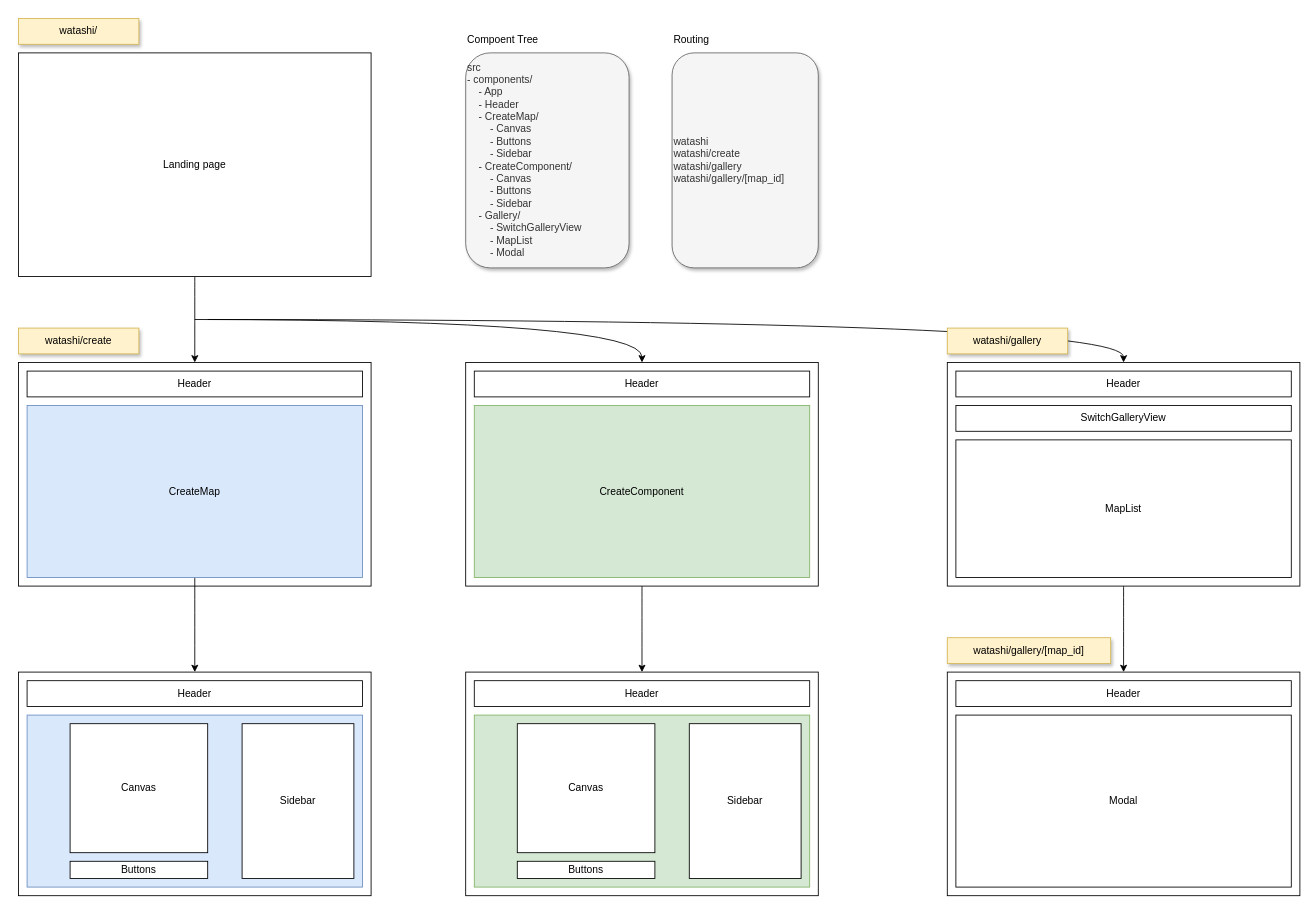
This is watashi.drawio from Recursion-Group-S/notes, a draw.io file, before an edit. Source tidied: cells renumbered, new cells numbered last; positions are measured from the earlier drawing's top-left corner, leaving out a move shared by most shapes. Both pictures are drawn from the tidied source at 86%, with x=0, y=0 at pixel (18, 18).
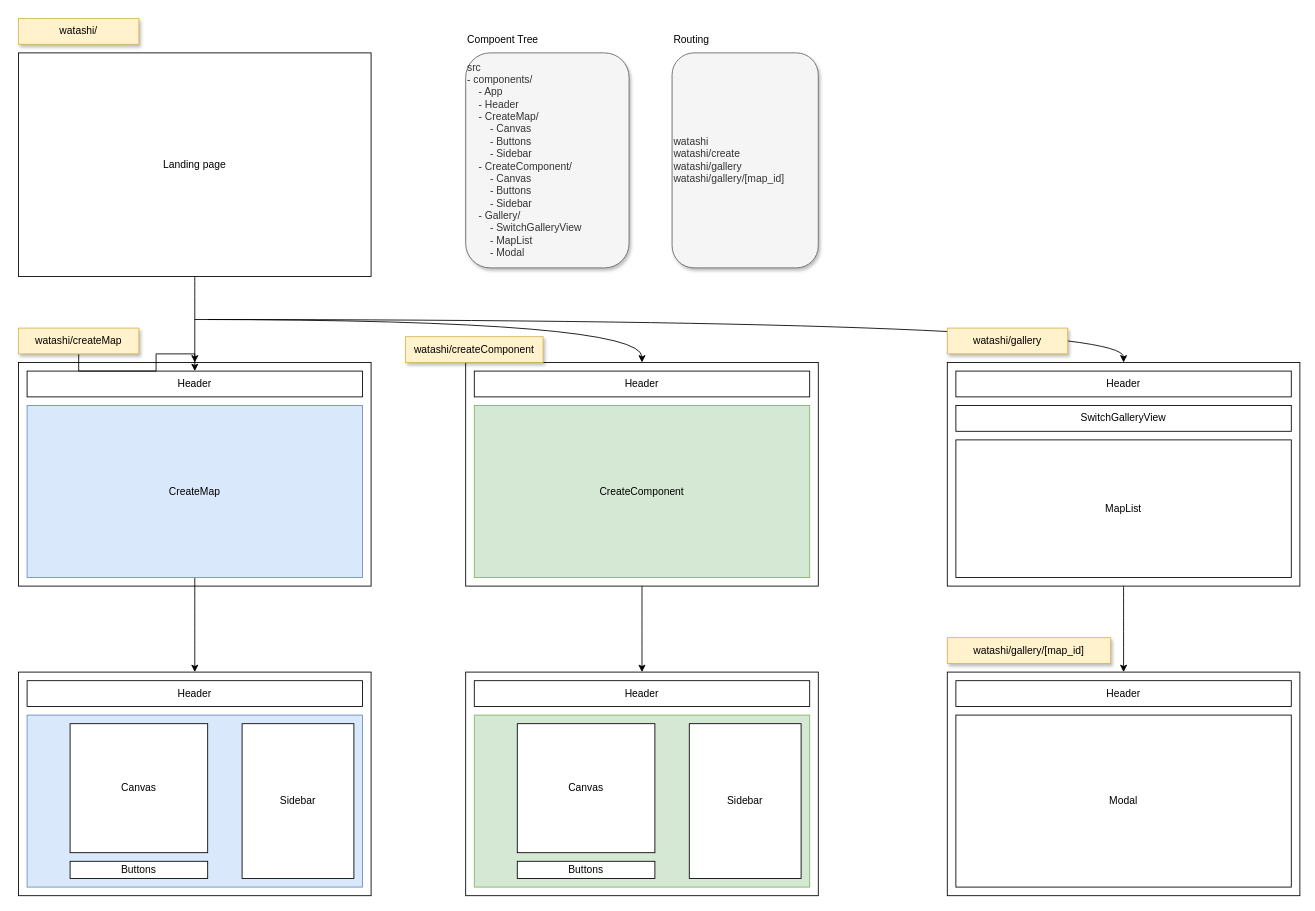
After the change.

Commit message:
watashi.drawio を更新します

Unchanged cells that the change refers to:
```xml
<mxCell id="7" value="Header" style="rounded=0;whiteSpace=wrap;html=1;" parent="1" vertex="1">
  <mxGeometry x="10" y="410" width="390" height="30" as="geometry" />
</mxCell>
```

Diff of the diagram source:
```diff
@@
+    <mxCell id="42" style="edgeStyle=orthogonalEdgeStyle;rounded=0;jettySize=auto;html=1;" parent="1" edge="1" source="34" target="7">
+      <mxGeometry relative="1" as="geometry" />
+    </mxCell>
-    <mxCell id="34" value="watashi/create" style="rounded=0;whiteSpace=wrap;html=1;shadow=1;fillColor=#fff2cc;strokeColor=#d6b656;" parent="1" vertex="1">
+    <mxCell id="34" value="watashi/createMap" style="rounded=0;whiteSpace=wrap;html=1;shadow=1;fillColor=#fff2cc;strokeColor=#d6b656;" parent="1" vertex="1">
       <mxGeometry y="360" width="140" height="30" as="geometry" />
     </mxCell>
@@
+    <mxCell id="43" value="watashi/createComponent" style="rounded=0;whiteSpace=wrap;html=1;shadow=1;fillColor=#fff2cc;strokeColor=#d6b656;" parent="1" vertex="1">
+      <mxGeometry x="450" y="370" width="160" height="30" as="geometry" />
+    </mxCell>
```
